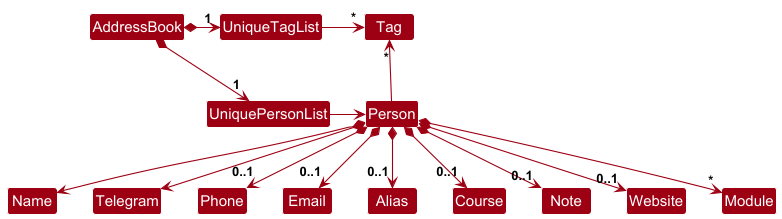
Earlier version of the PlantUML export docs/images/BetterModelClassDiagram.png (yjunyeu/tp).
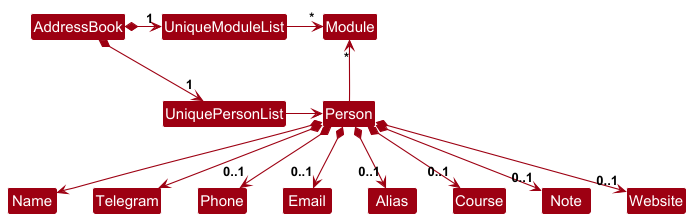
Later version of the same file.

Commit message:
Add better model png

Change to the diagram source:
```diff
@@ -5,14 +5,14 @@
 skinparam classBackgroundColor MODEL_COLOR
 
 AddressBook *-right-> "1" UniquePersonList
-AddressBook *-right-> "1" UniqueTagList
-UniqueTagList -[hidden]down- UniquePersonList
-UniqueTagList -[hidden]down- UniquePersonList
+AddressBook *-right-> "1" UniqueModuleList
+UniqueModuleList -[hidden]down- UniquePersonList
+UniqueModuleList -[hidden]down- UniquePersonList
 
-UniqueTagList -right-> "*" Tag
+UniqueModuleList -right-> "*" Module
 UniquePersonList -right-> Person
 
-Person -up-> "*" Tag
+Person -up-> "*" Module
 
 Person *--> Name
 Person *--> Telegram
@@ -22,5 +22,4 @@
 Person *--> "0..1" Course
 Person *--> "0..1" Note
 Person *--> "0..1" Website
-Person *--> "*" Module
 @enduml
```
